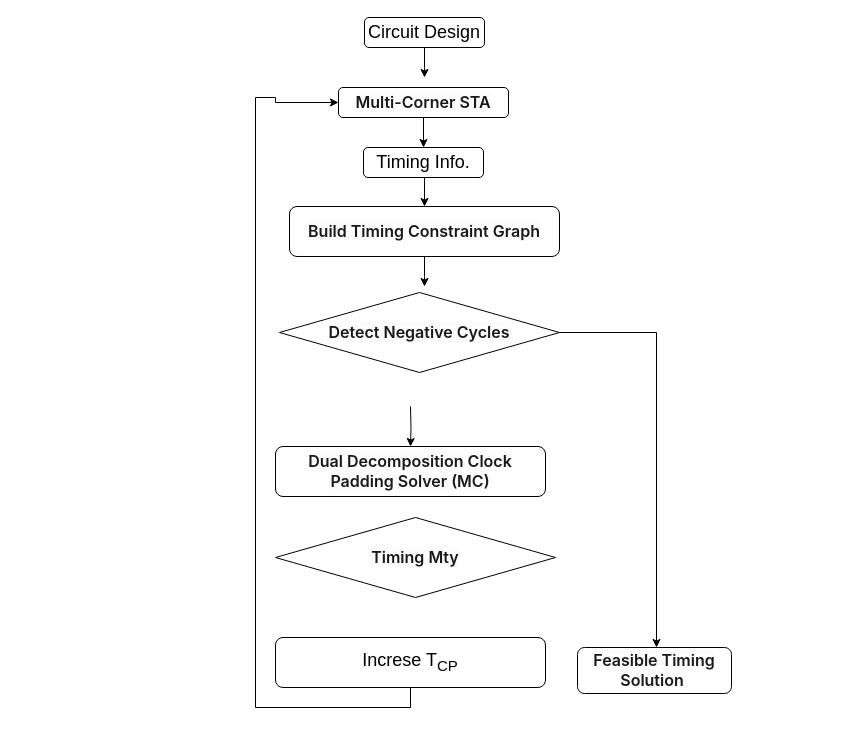
The draw.io diagram framework.drawio in kxzhu0505/Delay-Padding-For-Multi-corner, before the edit. Source tidied: cells renumbered, new cells numbered last; positions are measured from the earlier drawing's top-left corner, leaving out a move shared by most shapes. Both pictures are drawn from the tidied source at 100%, with x=0, y=0 at pixel (255, 17).
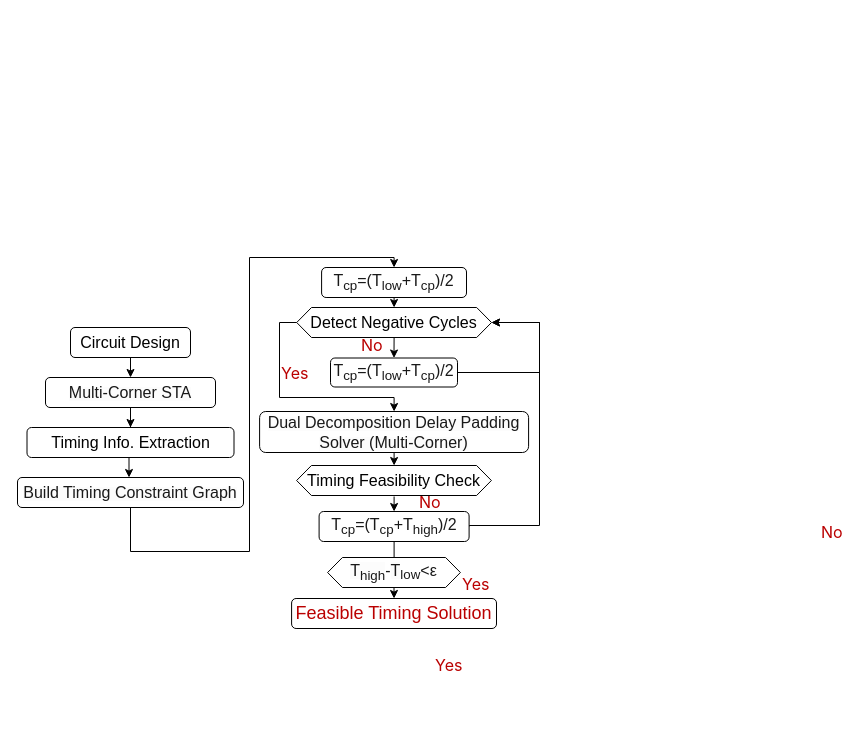
After the change.

Change to the diagram source:
```diff
@@
+    <mxCell id="18" value="&lt;font face=&quot;PingFang SC, -apple-system, system-ui, Segoe UI, Roboto, Ubuntu, Helvetica Neue, Helvetica, Arial, Hiragino Sans GB, Microsoft YaHei UI, Microsoft YaHei, Source Han Sans CN, sans-serif&quot; color=&quot;rgba(0, 0, 0, 0.9)&quot;&gt;&lt;span style=&quot;font-size: 16px; background-color: rgb(255, 255, 255);&quot;&gt;No&lt;/span&gt;&lt;/font&gt;" style="text;whiteSpace=wrap;html=1;" parent="1" vertex="1">
+      <mxGeometry x="162" y="469" width="30" height="30" as="geometry" />
+    </mxCell>
+    <mxCell id="19" value="&lt;font face=&quot;PingFang SC, -apple-system, system-ui, Segoe UI, Roboto, Ubuntu, Helvetica Neue, Helvetica, Arial, Hiragino Sans GB, Microsoft YaHei UI, Microsoft YaHei, Source Han Sans CN, sans-serif&quot; color=&quot;rgba(0, 0, 0, 0.9)&quot;&gt;&lt;span style=&quot;font-size: 16px; background-color: rgb(255, 255, 255);&quot;&gt;No&lt;/span&gt;&lt;/font&gt;" style="text;whiteSpace=wrap;html=1;" parent="1" vertex="1">
+      <mxGeometry x="104" y="311.5" width="30" height="30" as="geometry" />
+    </mxCell>
+    <mxCell id="20" style="edgeStyle=orthogonalEdgeStyle;rounded=0;jettySize=auto;html=1;entryX=0.5;entryY=0;entryDx=0;entryDy=0;" parent="1" edge="1" source="16" target="12">
+      <mxGeometry relative="1" as="geometry">
+        <Array as="points">
+          <mxPoint x="24" y="305" />
+          <mxPoint x="24" y="380" />
+          <mxPoint x="139" y="380" />
+        </Array>
+      </mxGeometry>
+    </mxCell>
+    <mxCell id="16" value="&lt;span style=&quot;font-size: 16px;&quot;&gt;Detect Negative Cycles&lt;/span&gt;" style="shape=hexagon;perimeter=hexagonPerimeter2;whiteSpace=wrap;html=1;fixedSize=1;size=14.829999999999927;" parent="1" vertex="1">
+      <mxGeometry x="41.2" y="290" width="194.8" height="30" as="geometry" />
+    </mxCell>
+    <mxCell id="21" style="rounded=0;jettySize=auto;html=1;entryX=0.5;entryY=0;entryDx=0;entryDy=0;exitX=0.5;exitY=1;exitDx=0;exitDy=0;" parent="1" edge="1" source="16" target="35">
+      <mxGeometry relative="1" as="geometry" />
+    </mxCell>
     <mxCell id="2" style="edgeStyle=orthogonalEdgeStyle;rounded=0;jettySize=auto;html=1;entryX=0.5;entryY=0;entryDx=0;entryDy=0;" parent="1" edge="1" source="3">
       <mxGeometry relative="1" as="geometry">
-        <mxPoint x="169" y="60" as="targetPoint" />
+        <mxPoint x="-125" y="360" as="targetPoint" />
       </mxGeometry>
     </mxCell>
-    <mxCell id="3" value="&lt;font style=&quot;font-size: 18px;&quot;&gt;Circuit Design&lt;/font&gt;" style="rounded=1;whiteSpace=wrap;html=1;" parent="1" vertex="1">
-      <mxGeometry x="109" width="120" height="30" as="geometry" />
+    <mxCell id="3" value="&lt;font style=&quot;font-size: 16px;&quot;&gt;Circuit Design&lt;/font&gt;" style="rounded=1;whiteSpace=wrap;html=1;" parent="1" vertex="1">
+      <mxGeometry x="-185" y="310" width="120" height="30" as="geometry" />
     </mxCell>
@@
-    <mxCell id="5" value="&lt;span style=&quot;margin: 0px; padding: 0px; border: 0px; font-variant-numeric: inherit; font-variant-east-asian: inherit; font-variant-alternates: inherit; font-variant-position: inherit; font-variant-emoji: inherit; font-weight: 600; font-stretch: inherit; font-size: 16px; line-height: inherit; font-family: &amp;quot;PingFang SC&amp;quot;, -apple-system, &amp;quot;system-ui&amp;quot;, &amp;quot;Segoe UI&amp;quot;, Roboto, Ubuntu, &amp;quot;Helvetica Neue&amp;quot;, Helvetica, Arial, &amp;quot;Hiragino Sans GB&amp;quot;, &amp;quot;Microsoft YaHei UI&amp;quot;, &amp;quot;Microsoft YaHei&amp;quot;, &amp;quot;Source Han Sans CN&amp;quot;, sans-serif; font-optical-sizing: inherit; font-size-adjust: inherit; font-kerning: inherit; font-feature-settings: inherit; font-variation-settings: inherit; vertical-align: baseline; color: rgba(0, 0, 0, 0.9); text-align: left; background-color: rgb(252, 252, 252);&quot;&gt;Multi-Corner STA&lt;/span&gt;" style="rounded=1;whiteSpace=wrap;html=1;" parent="1" vertex="1">
-      <mxGeometry x="83" y="70" width="170" height="30" as="geometry" />
+    <mxCell id="5" value="&lt;span style=&quot;margin: 0px; padding: 0px; border: 0px; font-variant-numeric: inherit; font-variant-east-asian: inherit; font-variant-alternates: inherit; font-variant-position: inherit; font-variant-emoji: inherit; font-stretch: inherit; line-height: inherit; font-optical-sizing: inherit; font-size-adjust: inherit; font-kerning: inherit; font-feature-settings: inherit; font-variation-settings: inherit; vertical-align: baseline; color: rgba(0, 0, 0, 0.9); text-align: left; background-color: rgb(252, 252, 252);&quot;&gt;&lt;font face=&quot;Helvetica&quot; style=&quot;font-size: 16px;&quot;&gt;Multi-Corner STA&lt;/font&gt;&lt;/span&gt;" style="rounded=1;whiteSpace=wrap;html=1;" parent="1" vertex="1">
+      <mxGeometry x="-210" y="360" width="170" height="30" as="geometry" />
     </mxCell>
-    <mxCell id="6" style="edgeStyle=orthogonalEdgeStyle;rounded=0;jettySize=auto;html=1;entryX=0.5;entryY=0;entryDx=0;entryDy=0;" parent="1" edge="1" target="9">
-      <mxGeometry relative="1" as="geometry">
-        <mxPoint x="164" y="160" as="sourcePoint" />
-      </mxGeometry>
-    </mxCell>
-    <mxCell id="7" value="&lt;font style=&quot;font-size: 18px;&quot;&gt;Timing Info.&lt;/font&gt;" style="rounded=1;whiteSpace=wrap;html=1;" parent="1" vertex="1">
-      <mxGeometry x="108" y="130" width="120" height="30" as="geometry" />
+    <mxCell id="7" value="&lt;font style=&quot;font-size: 16px;&quot;&gt;Timing Info. Extraction&lt;/font&gt;" style="rounded=1;whiteSpace=wrap;html=1;" parent="1" vertex="1">
+      <mxGeometry x="-228.5" y="410" width="207" height="30" as="geometry" />
     </mxCell>
-    <mxCell id="8" style="edgeStyle=orthogonalEdgeStyle;rounded=0;jettySize=auto;html=1;entryX=0.5;entryY=0;entryDx=0;entryDy=0;" parent="1" edge="1" source="9">
+    <mxCell id="8" style="edgeStyle=orthogonalEdgeStyle;rounded=0;orthogonalLoop=1;jettySize=auto;html=1;entryX=0.5;entryY=0;entryDx=0;entryDy=0;" parent="1" edge="1">
       <mxGeometry relative="1" as="geometry">
-        <mxPoint x="169" y="269" as="targetPoint" />
+        <mxPoint x="-126.5" y="440" as="sourcePoint" />
+        <mxPoint x="-126.5" y="460" as="targetPoint" />
       </mxGeometry>
     </mxCell>
+    <mxCell id="22" style="edgeStyle=orthogonalEdgeStyle;rounded=0;orthogonalLoop=1;jettySize=auto;html=1;entryX=0.5;entryY=0;entryDx=0;entryDy=0;" parent="1" edge="1">
+      <mxGeometry relative="1" as="geometry">
+        <mxPoint x="138.6" y="435" as="sourcePoint" />
+        <mxPoint x="138.6" y="448" as="targetPoint" />
+      </mxGeometry>
+    </mxCell>
+    <mxCell id="12" value="&lt;span style=&quot;margin: 0px; padding: 0px; border: 0px; font-variant-numeric: inherit; font-variant-east-asian: inherit; font-variant-alternates: inherit; font-variant-position: inherit; font-variant-emoji: inherit; font-stretch: inherit; line-height: inherit; font-optical-sizing: inherit; font-size-adjust: inherit; font-kerning: inherit; font-feature-settings: inherit; font-variation-settings: inherit; vertical-align: baseline; color: rgba(0, 0, 0, 0.9); text-align: left; background-color: rgb(252, 252, 252);&quot;&gt;&lt;font face=&quot;Helvetica&quot; style=&quot;font-size: 16px;&quot;&gt;Dual Decomposition Delay Padding Solver (Multi-Corner)&lt;/font&gt;&lt;/span&gt;" style="rounded=1;whiteSpace=wrap;html=1;" parent="1" vertex="1">
+      <mxGeometry x="4.1" y="394" width="269" height="41" as="geometry" />
+    </mxCell>
+    <mxCell id="23" style="edgeStyle=orthogonalEdgeStyle;rounded=0;jettySize=auto;html=1;entryX=0.5;entryY=0;entryDx=0;entryDy=0;" parent="1" edge="1" source="14" target="37">
+      <mxGeometry relative="1" as="geometry" />
+    </mxCell>
+    <mxCell id="24" style="edgeStyle=orthogonalEdgeStyle;rounded=0;jettySize=auto;html=1;entryX=1;entryY=0.5;entryDx=0;entryDy=0;exitX=1;exitY=0.5;exitDx=0;exitDy=0;" parent="1" edge="1" source="14" target="16">
+      <mxGeometry relative="1" as="geometry">
+        <Array as="points">
+          <mxPoint x="284" y="508" />
+          <mxPoint x="284" y="305" />
+        </Array>
+      </mxGeometry>
+    </mxCell>
+    <mxCell id="14" value="&lt;span style=&quot;background-color: light-dark(#ffffff, var(--ge-dark-color, #121212));&quot;&gt;&lt;font face=&quot;Helvetica&quot;&gt;&lt;span style=&quot;color: rgba(0, 0, 0, 0.9); font-size: 16px; text-align: left;&quot;&gt;&lt;span style=&quot;color: rgba(0, 0, 0, 0.9);&quot;&gt;T&lt;/span&gt;&lt;sub style=&quot;color: rgba(0, 0, 0, 0.9);&quot;&gt;cp&lt;/sub&gt;=(&lt;span style=&quot;color: rgba(0, 0, 0, 0.9);&quot;&gt;T&lt;/span&gt;&lt;sub style=&quot;color: rgba(0, 0, 0, 0.9);&quot;&gt;cp&lt;/sub&gt;+&lt;/span&gt;&lt;span style=&quot;color: rgba(0, 0, 0, 0.9); font-size: 16px; text-align: left;&quot;&gt;T&lt;sub style=&quot;&quot;&gt;high&lt;/sub&gt;)/2&lt;/span&gt;&lt;/font&gt;&lt;/span&gt;" style="rounded=1;whiteSpace=wrap;html=1;" parent="1" vertex="1">
+      <mxGeometry x="63.6" y="494" width="150" height="30" as="geometry" />
+    </mxCell>
+    <mxCell id="25" style="edgeStyle=orthogonalEdgeStyle;rounded=0;jettySize=auto;html=1;entryX=0.5;entryY=0;entryDx=0;entryDy=0;" parent="1" edge="1" target="33">
+      <mxGeometry relative="1" as="geometry">
+        <mxPoint x="-125" y="490" as="sourcePoint" />
+        <Array as="points">
+          <mxPoint x="-125" y="534" />
+          <mxPoint x="-6" y="534" />
+          <mxPoint x="-6" y="240" />
+          <mxPoint x="139" y="240" />
+        </Array>
+      </mxGeometry>
+    </mxCell>
-    <mxCell id="9" value="&lt;span style=&quot;margin: 0px; padding: 0px; border: 0px; font-variant-numeric: inherit; font-variant-east-asian: inherit; font-variant-alternates: inherit; font-variant-position: inherit; font-variant-emoji: inherit; font-weight: 600; font-stretch: inherit; font-size: 16px; line-height: inherit; font-family: &amp;quot;PingFang SC&amp;quot;, -apple-system, &amp;quot;system-ui&amp;quot;, &amp;quot;Segoe UI&amp;quot;, Roboto, Ubuntu, &amp;quot;Helvetica Neue&amp;quot;, Helvetica, Arial, &amp;quot;Hiragino Sans GB&amp;quot;, &amp;quot;Microsoft YaHei UI&amp;quot;, &amp;quot;Microsoft YaHei&amp;quot;, &amp;quot;Source Han Sans CN&amp;quot;, sans-serif; font-optical-sizing: inherit; font-size-adjust: inherit; font-kerning: inherit; font-feature-settings: inherit; font-variation-settings: inherit; vertical-align: baseline; color: rgba(0, 0, 0, 0.9); text-align: left; background-color: rgb(252, 252, 252);&quot;&gt;Build Timing Constraint Graph&lt;/span&gt;" style="rounded=1;whiteSpace=wrap;html=1;" parent="1" vertex="1">
-      <mxGeometry x="34" y="189" width="270" height="50" as="geometry" />
+    <mxCell id="9" value="&lt;span style=&quot;margin: 0px; padding: 0px; border: 0px; font-variant-numeric: inherit; font-variant-east-asian: inherit; font-variant-alternates: inherit; font-variant-position: inherit; font-variant-emoji: inherit; font-stretch: inherit; line-height: inherit; font-optical-sizing: inherit; font-size-adjust: inherit; font-kerning: inherit; font-feature-settings: inherit; font-variation-settings: inherit; vertical-align: baseline; color: rgba(0, 0, 0, 0.9); text-align: left; background-color: rgb(252, 252, 252);&quot;&gt;&lt;font face=&quot;Helvetica&quot; style=&quot;font-size: 16px;&quot;&gt;Build Timing Constraint Graph&lt;/font&gt;&lt;/span&gt;" style="rounded=1;whiteSpace=wrap;html=1;" parent="1" vertex="1">
+      <mxGeometry x="-238" y="460" width="226" height="30" as="geometry" />
     </mxCell>
-    <mxCell id="10" style="edgeStyle=orthogonalEdgeStyle;rounded=0;jettySize=auto;html=1;entryX=0.5;entryY=0;entryDx=0;entryDy=0;" parent="1" edge="1" target="12">
-      <mxGeometry relative="1" as="geometry">
-        <mxPoint x="155" y="389" as="sourcePoint" />
-      </mxGeometry>
-    </mxCell>
-    <mxCell id="11" style="edgeStyle=orthogonalEdgeStyle;rounded=0;orthogonalLoop=1;jettySize=auto;html=1;entryX=0.5;entryY=0;entryDx=0;entryDy=0;" parent="1" edge="1">
-      <mxGeometry relative="1" as="geometry">
-        <mxPoint x="300" y="314" as="sourcePoint" />
-        <mxPoint x="401" y="630" as="targetPoint" />
-        <Array as="points">
-          <mxPoint x="300" y="315" />
-          <mxPoint x="401" y="315" />
-        </Array>
-      </mxGeometry>
-    </mxCell>
-    <mxCell id="12" value="&lt;span style=&quot;margin: 0px; padding: 0px; border: 0px; font-variant-numeric: inherit; font-variant-east-asian: inherit; font-variant-alternates: inherit; font-variant-position: inherit; font-variant-emoji: inherit; font-weight: 600; font-stretch: inherit; font-size: 16px; line-height: inherit; font-family: &amp;quot;PingFang SC&amp;quot;, -apple-system, &amp;quot;system-ui&amp;quot;, &amp;quot;Segoe UI&amp;quot;, Roboto, Ubuntu, &amp;quot;Helvetica Neue&amp;quot;, Helvetica, Arial, &amp;quot;Hiragino Sans GB&amp;quot;, &amp;quot;Microsoft YaHei UI&amp;quot;, &amp;quot;Microsoft YaHei&amp;quot;, &amp;quot;Source Han Sans CN&amp;quot;, sans-serif; font-optical-sizing: inherit; font-size-adjust: inherit; font-kerning: inherit; font-feature-settings: inherit; font-variation-settings: inherit; vertical-align: baseline; color: rgba(0, 0, 0, 0.9); text-align: left; background-color: rgb(252, 252, 252);&quot;&gt;Dual Decomposition Clock Padding Solver (MC)&lt;/span&gt;" style="rounded=1;whiteSpace=wrap;html=1;" parent="1" vertex="1">
-      <mxGeometry x="20" y="429" width="270" height="50" as="geometry" />
-    </mxCell>
-    <mxCell id="13" style="edgeStyle=orthogonalEdgeStyle;rounded=0;jettySize=auto;html=1;entryX=0;entryY=0.5;entryDx=0;entryDy=0;" parent="1" edge="1" source="14" target="5">
-      <mxGeometry relative="1" as="geometry">
-        <Array as="points">
-          <mxPoint x="155" y="690" />
-          <mxPoint y="690" />
-          <mxPoint y="80" />
-          <mxPoint x="20" y="80" />
-          <mxPoint x="20" y="85" />
-        </Array>
-      </mxGeometry>
-    </mxCell>
-    <mxCell id="14" value="&lt;span style=&quot;font-size: 18px;&quot;&gt;Increse T&lt;sub&gt;CP&lt;/sub&gt;&lt;/span&gt;" style="rounded=1;whiteSpace=wrap;html=1;" parent="1" vertex="1">
-      <mxGeometry x="20" y="620" width="270" height="50" as="geometry" />
-    </mxCell>
+    <mxCell id="26" style="rounded=0;jettySize=auto;html=1;entryX=0.5;entryY=0;entryDx=0;entryDy=0;" parent="1" edge="1" target="14">
+      <mxGeometry relative="1" as="geometry">
+        <mxPoint x="138.6" y="479" as="sourcePoint" />
+      </mxGeometry>
+    </mxCell>
+    <mxCell id="27" style="rounded=0;jettySize=auto;html=1;entryX=0.5;entryY=0;entryDx=0;entryDy=0;exitX=0.5;exitY=1;exitDx=0;exitDy=0;" parent="1" edge="1" source="37" target="15">
+      <mxGeometry relative="1" as="geometry" />
+    </mxCell>
-    <mxCell id="15" value="&lt;span style=&quot;margin: 0px; padding: 0px; border: 0px; font-variant-numeric: inherit; font-variant-east-asian: inherit; font-variant-alternates: inherit; font-variant-position: inherit; font-variant-emoji: inherit; font-weight: 600; font-stretch: inherit; font-size: 16px; line-height: inherit; font-family: &amp;quot;PingFang SC&amp;quot;, -apple-system, &amp;quot;system-ui&amp;quot;, &amp;quot;Segoe UI&amp;quot;, Roboto, Ubuntu, &amp;quot;Helvetica Neue&amp;quot;, Helvetica, Arial, &amp;quot;Hiragino Sans GB&amp;quot;, &amp;quot;Microsoft YaHei UI&amp;quot;, &amp;quot;Microsoft YaHei&amp;quot;, &amp;quot;Source Han Sans CN&amp;quot;, sans-serif; font-optical-sizing: inherit; font-size-adjust: inherit; font-kerning: inherit; font-feature-settings: inherit; font-variation-settings: inherit; vertical-align: baseline; color: rgba(0, 0, 0, 0.9); text-align: left; background-color: rgb(252, 252, 252);&quot;&gt;Feasible Timing Solution&amp;nbsp;&lt;/span&gt;" style="rounded=1;whiteSpace=wrap;html=1;" parent="1" vertex="1">
-      <mxGeometry x="322" y="630" width="154" height="46" as="geometry" />
+    <mxCell id="15" value="&lt;div style=&quot;text-align: left;&quot;&gt;&lt;span style=&quot;background-color: transparent;&quot;&gt;&lt;font style=&quot;font-size: 18px;&quot; face=&quot;Helvetica&quot; color=&quot;rgba(0, 0, 0, 0.9)&quot;&gt;Feasible Timing Solution&lt;/font&gt;&lt;/span&gt;&lt;/div&gt;" style="rounded=1;whiteSpace=wrap;html=1;" parent="1" vertex="1">
+      <mxGeometry x="36.1" y="581" width="204.9" height="30" as="geometry" />
     </mxCell>
-    <mxCell id="16" value="&lt;span style=&quot;color: rgba(0, 0, 0, 0.9); font-family: &amp;quot;PingFang SC&amp;quot;, -apple-system, &amp;quot;system-ui&amp;quot;, &amp;quot;Segoe UI&amp;quot;, Roboto, Ubuntu, &amp;quot;Helvetica Neue&amp;quot;, Helvetica, Arial, &amp;quot;Hiragino Sans GB&amp;quot;, &amp;quot;Microsoft YaHei UI&amp;quot;, &amp;quot;Microsoft YaHei&amp;quot;, &amp;quot;Source Han Sans CN&amp;quot;, sans-serif; font-size: 16px; font-weight: 600; text-align: left; background-color: rgb(252, 252, 252);&quot;&gt;Detect Negative Cycles&lt;/span&gt;" style="rhombus;whiteSpace=wrap;html=1;" parent="1" vertex="1">
-      <mxGeometry x="24" y="275" width="280" height="80" as="geometry" />
-    </mxCell>
-    <mxCell id="17" value="&lt;span style=&quot;color: rgba(0, 0, 0, 0.9); font-family: &amp;quot;PingFang SC&amp;quot;, -apple-system, &amp;quot;system-ui&amp;quot;, &amp;quot;Segoe UI&amp;quot;, Roboto, Ubuntu, &amp;quot;Helvetica Neue&amp;quot;, Helvetica, Arial, &amp;quot;Hiragino Sans GB&amp;quot;, &amp;quot;Microsoft YaHei UI&amp;quot;, &amp;quot;Microsoft YaHei&amp;quot;, &amp;quot;Source Han Sans CN&amp;quot;, sans-serif; font-size: 16px; font-weight: 600; text-align: left; background-color: rgb(252, 252, 252);&quot;&gt;Timing Mty&lt;/span&gt;" style="rhombus;whiteSpace=wrap;html=1;" parent="1" vertex="1">
-      <mxGeometry x="20" y="500" width="280" height="80" as="geometry" />
-    </mxCell>
+    <mxCell id="28" value="&lt;font face=&quot;PingFang SC, -apple-system, system-ui, Segoe UI, Roboto, Ubuntu, Helvetica Neue, Helvetica, Arial, Hiragino Sans GB, Microsoft YaHei UI, Microsoft YaHei, Source Han Sans CN, sans-serif&quot; color=&quot;rgba(0, 0, 0, 0.9)&quot;&gt;&lt;span style=&quot;font-size: 16px; background-color: rgb(255, 255, 255);&quot;&gt;Yes&lt;/span&gt;&lt;/font&gt;" style="text;whiteSpace=wrap;html=1;" parent="1" vertex="1">
+      <mxGeometry x="205" y="551" width="30" height="30" as="geometry" />
+    </mxCell>
+    <mxCell id="29" value="&lt;font face=&quot;PingFang SC, -apple-system, system-ui, Segoe UI, Roboto, Ubuntu, Helvetica Neue, Helvetica, Arial, Hiragino Sans GB, Microsoft YaHei UI, Microsoft YaHei, Source Han Sans CN, sans-serif&quot; color=&quot;rgba(0, 0, 0, 0.9)&quot;&gt;&lt;span style=&quot;font-size: 16px; background-color: rgb(255, 255, 255);&quot;&gt;No&lt;/span&gt;&lt;/font&gt;" style="text;whiteSpace=wrap;html=1;" parent="1" vertex="1">
+      <mxGeometry x="564" y="499" width="30" height="30" as="geometry" />
+    </mxCell>
+    <mxCell id="30" value="&lt;font face=&quot;PingFang SC, -apple-system, system-ui, Segoe UI, Roboto, Ubuntu, Helvetica Neue, Helvetica, Arial, Hiragino Sans GB, Microsoft YaHei UI, Microsoft YaHei, Source Han Sans CN, sans-serif&quot; color=&quot;rgba(0, 0, 0, 0.9)&quot;&gt;&lt;span style=&quot;font-size: 16px; background-color: rgb(255, 255, 255);&quot;&gt;Yes&lt;/span&gt;&lt;/font&gt;" style="text;whiteSpace=wrap;html=1;" parent="1" vertex="1">
+      <mxGeometry x="24" y="339.5" width="28.3" height="30" as="geometry" />
+    </mxCell>
+    <mxCell id="31" value="&lt;font face=&quot;PingFang SC, -apple-system, system-ui, Segoe UI, Roboto, Ubuntu, Helvetica Neue, Helvetica, Arial, Hiragino Sans GB, Microsoft YaHei UI, Microsoft YaHei, Source Han Sans CN, sans-serif&quot; color=&quot;rgba(0, 0, 0, 0.9)&quot;&gt;&lt;span style=&quot;font-size: 16px; background-color: rgb(255, 255, 255);&quot;&gt;Yes&lt;/span&gt;&lt;/font&gt;" style="text;whiteSpace=wrap;html=1;" parent="1" vertex="1">
+      <mxGeometry x="177.8" y="632" width="30" height="30" as="geometry" />
+    </mxCell>
+    <mxCell id="32" style="rounded=0;jettySize=auto;html=1;entryX=0.5;entryY=0;entryDx=0;entryDy=0;" parent="1" edge="1" source="33" target="16">
+      <mxGeometry relative="1" as="geometry" />
+    </mxCell>
+    <mxCell id="33" value="&lt;span&gt;&lt;font face=&quot;Helvetica&quot;&gt;&lt;span style=&quot;color: rgba(0, 0, 0, 0.9); font-size: 16px; text-align: left;&quot;&gt;&lt;span style=&quot;color: rgba(0, 0, 0, 0.9);&quot;&gt;T&lt;/span&gt;&lt;sub style=&quot;color: rgba(0, 0, 0, 0.9);&quot;&gt;cp&lt;/sub&gt;=(T&lt;sub style=&quot;&quot;&gt;low&lt;/sub&gt;+&lt;/span&gt;&lt;span style=&quot;color: rgba(0, 0, 0, 0.9); font-size: 16px; text-align: left;&quot;&gt;&lt;span style=&quot;color: rgba(0, 0, 0, 0.9);&quot;&gt;T&lt;/span&gt;&lt;sub style=&quot;color: rgba(0, 0, 0, 0.9);&quot;&gt;cp&lt;/sub&gt;)/2&lt;/span&gt;&lt;/font&gt;&lt;/span&gt;" style="rounded=1;whiteSpace=wrap;html=1;" parent="1" vertex="1">
+      <mxGeometry x="66.1" y="250" width="144.9" height="30" as="geometry" />
+    </mxCell>
+    <mxCell id="34" style="edgeStyle=orthogonalEdgeStyle;rounded=0;jettySize=auto;html=1;entryX=1;entryY=0.5;entryDx=0;entryDy=0;exitX=1;exitY=0.5;exitDx=0;exitDy=0;" parent="1" edge="1" source="35" target="16">
+      <mxGeometry relative="1" as="geometry">
+        <Array as="points">
+          <mxPoint x="284" y="355" />
+          <mxPoint x="284" y="305" />
+        </Array>
+      </mxGeometry>
+    </mxCell>
+    <mxCell id="35" value="&lt;span&gt;&lt;font face=&quot;Helvetica&quot;&gt;&lt;span style=&quot;color: rgba(0, 0, 0, 0.9); font-size: 16px; text-align: left;&quot;&gt;&lt;span style=&quot;color: rgba(0, 0, 0, 0.9);&quot;&gt;T&lt;/span&gt;&lt;sub style=&quot;color: rgba(0, 0, 0, 0.9);&quot;&gt;cp&lt;/sub&gt;=(T&lt;sub style=&quot;&quot;&gt;low&lt;/sub&gt;+&lt;/span&gt;&lt;span style=&quot;color: rgba(0, 0, 0, 0.9); font-size: 16px; text-align: left;&quot;&gt;&lt;span style=&quot;color: rgba(0, 0, 0, 0.9);&quot;&gt;T&lt;/span&gt;&lt;sub style=&quot;color: rgba(0, 0, 0, 0.9);&quot;&gt;cp&lt;/sub&gt;)/2&lt;/span&gt;&lt;/font&gt;&lt;/span&gt;" style="rounded=1;whiteSpace=wrap;html=1;" parent="1" vertex="1">
+      <mxGeometry x="75" y="340.5" width="127" height="29" as="geometry" />
+    </mxCell>
+    <mxCell id="36" value="&lt;font style=&quot;font-size: 16px;&quot;&gt;Timing Feasibility&amp;nbsp;&lt;/font&gt;&lt;span style=&quot;font-size: 16px; background-color: transparent; color: light-dark(rgb(0, 0, 0), rgb(255, 255, 255));&quot;&gt;Check&lt;/span&gt;" style="shape=hexagon;perimeter=hexagonPerimeter2;whiteSpace=wrap;html=1;fixedSize=1;size=14.829999999999927;" parent="1" vertex="1">
+      <mxGeometry x="41.1" y="448" width="194.8" height="30" as="geometry" />
+    </mxCell>
+    <mxCell id="37" value="&lt;span style=&quot;font-size: 16px; color: rgba(0, 0, 0, 0.9); text-align: left; background-color: rgb(252, 252, 252);&quot;&gt;T&lt;sub&gt;high&lt;/sub&gt;&lt;/span&gt;&lt;span style=&quot;color: rgba(0, 0, 0, 0.9); font-size: 16px; text-align: left;&quot;&gt;-&lt;/span&gt;&lt;span style=&quot;color: rgba(0, 0, 0, 0.9); font-size: 16px; text-align: left; background-color: rgb(252, 252, 252);&quot;&gt;T&lt;/span&gt;&lt;sub style=&quot;color: rgba(0, 0, 0, 0.9); text-align: left;&quot;&gt;&lt;font style=&quot;font-size: 13.333px;&quot;&gt;low&lt;/font&gt;&lt;/sub&gt;&lt;span style=&quot;color: rgba(0, 0, 0, 0.9); font-size: 16px; text-align: left;&quot;&gt;&amp;lt;ε&lt;/span&gt;" style="shape=hexagon;perimeter=hexagonPerimeter2;whiteSpace=wrap;html=1;fixedSize=1;size=14.829999999999927;" parent="1" vertex="1">
+      <mxGeometry x="72.1" y="540" width="132.8" height="30" as="geometry" />
+    </mxCell>
```
